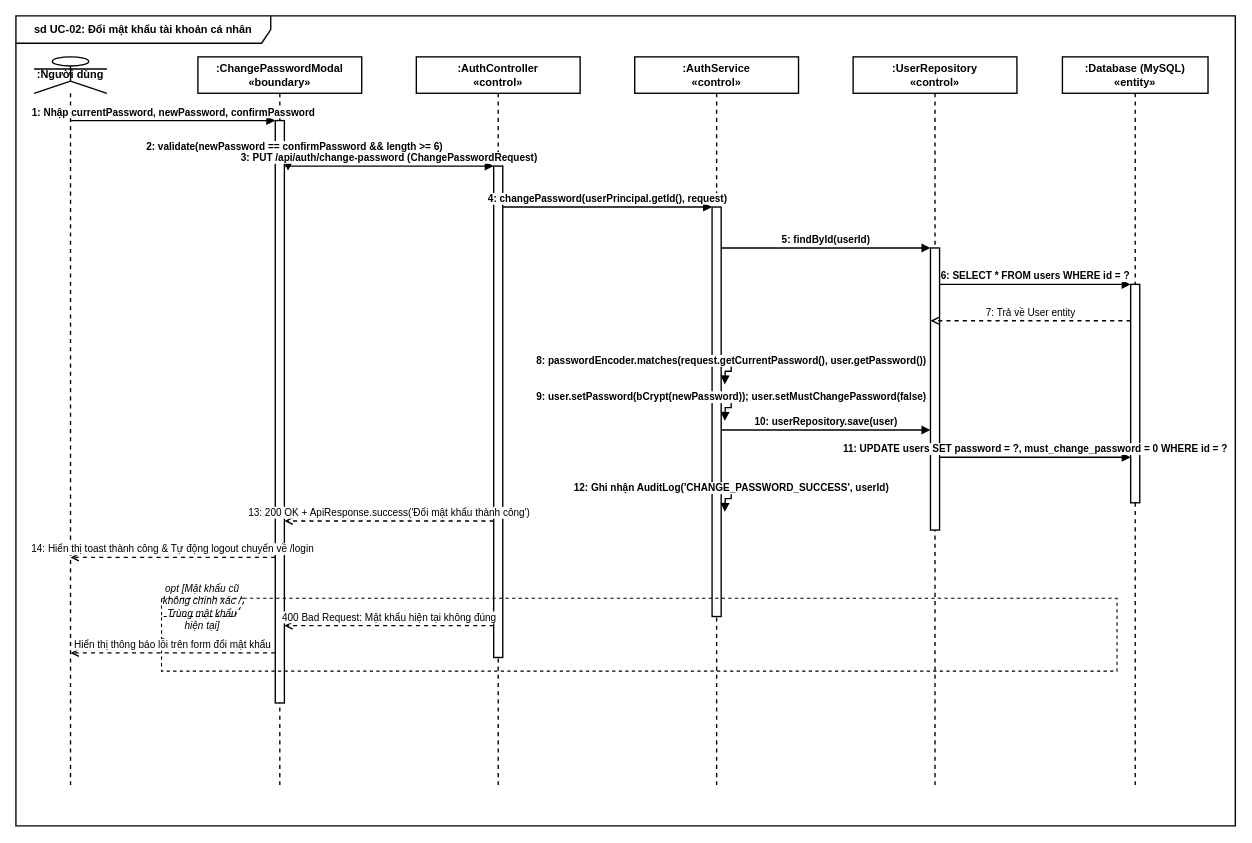
Earlier version of the draw.io diagram page "2. Đổi mật khẩu" (2 of 23) of drawio/Sequence_Diagrams.drawio (DevMarkie/DoAnChuyenNganh). Source tidied: cells renumbered, new cells numbered last; positions are measured from the earlier drawing's top-left corner, leaving out a move shared by most shapes. Both pictures are drawn from the tidied source at 91%, with x=0, y=0 at pixel (15, 15).
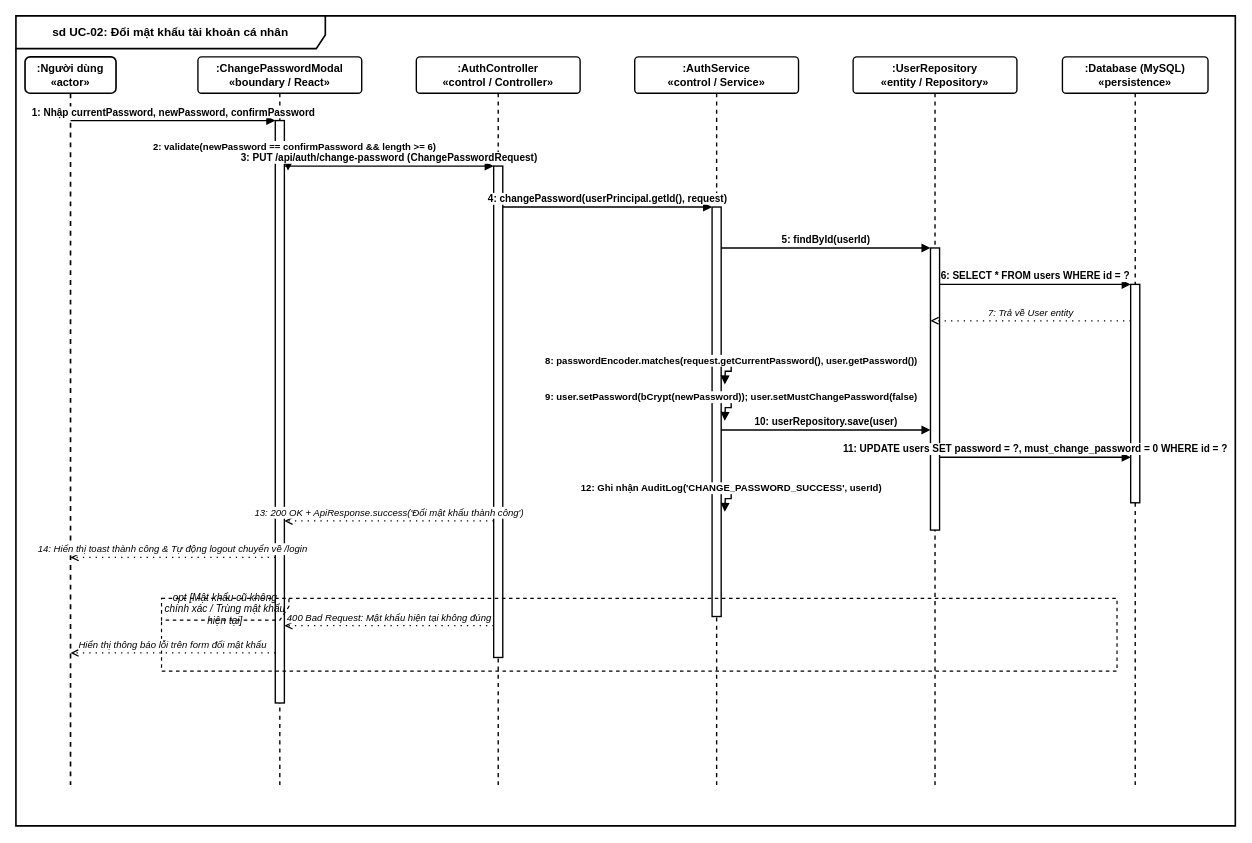
The same page after the edit.

Change to the diagram source:
```diff
@@
-    <mxCell id="2" value="sd UC-02: Đổi mật khẩu tài khoản cá nhân" style="shape=umlFrame;whiteSpace=wrap;html=1;width=280;height=30;strokeColor=#000000;strokeWidth=1.5;fillColor=none;fontColor=#000000;fontStyle=1;fontSize=12;" parent="1" vertex="1">
+    <mxCell id="2" value="sd UC-02: Đổi mật khẩu tài khoản cá nhân" style="shape=umlFrame;whiteSpace=wrap;html=1;width=340;height=36;strokeColor=#000000;strokeWidth=1.8;fillColor=none;fontColor=#000000;fontStyle=1;fontSize=13;rounded=1;shadow=0;arcSize=6;" parent="1" vertex="1">
       <mxGeometry width="1340" height="890" as="geometry" />
     </mxCell>
-    <mxCell id="3" value=":Người dùng" style="shape=umlLifeline;participant=umlActor;perimeter=lifelinePerimeter;whiteSpace=wrap;html=1;strokeColor=#000000;strokeWidth=1.5;fillColor=#ffffff;fontColor=#000000;fontStyle=1;fontSize=12;" parent="1" vertex="1">
-      <mxGeometry x="20" y="45" width="80" height="800" as="geometry" />
+    <mxCell id="3" value=":Người dùng&#10;«actor»" style="shape=umlLifeline;perimeter=lifelinePerimeter;whiteSpace=wrap;html=1;strokeColor=#000000;strokeWidth=1.8;fillColor=#ffffff;fontColor=#000000;fontStyle=1;fontSize=12;rounded=1;arcSize=14;shadow=0;" parent="1" vertex="1">
+      <mxGeometry x="10" y="45" width="100" height="800" as="geometry" />
     </mxCell>
-    <mxCell id="4" value=":ChangePasswordModal&#10;«boundary»" style="shape=umlLifeline;perimeter=lifelinePerimeter;whiteSpace=wrap;html=1;strokeColor=#000000;strokeWidth=1.5;fillColor=#ffffff;fontColor=#000000;fontStyle=1;fontSize=12;" parent="1" vertex="1">
+    <mxCell id="4" value=":ChangePasswordModal&#10;«boundary / React»" style="shape=umlLifeline;perimeter=lifelinePerimeter;whiteSpace=wrap;html=1;strokeColor=#000000;strokeWidth=1.5;fillColor=#ffffff;fontColor=#000000;fontStyle=1;fontSize=12;rounded=1;arcSize=10;shadow=0;" parent="1" vertex="1">
       <mxGeometry x="200" y="45" width="180" height="800" as="geometry" />
     </mxCell>
-    <mxCell id="5" value=":AuthController&#10;«control»" style="shape=umlLifeline;perimeter=lifelinePerimeter;whiteSpace=wrap;html=1;strokeColor=#000000;strokeWidth=1.5;fillColor=#ffffff;fontColor=#000000;fontStyle=1;fontSize=12;" parent="1" vertex="1">
+    <mxCell id="5" value=":AuthController&#10;«control / Controller»" style="shape=umlLifeline;perimeter=lifelinePerimeter;whiteSpace=wrap;html=1;strokeColor=#000000;strokeWidth=1.5;fillColor=#ffffff;fontColor=#000000;fontStyle=1;fontSize=12;rounded=1;arcSize=10;shadow=0;" parent="1" vertex="1">
       <mxGeometry x="440" y="45" width="180" height="800" as="geometry" />
     </mxCell>
-    <mxCell id="6" value=":AuthService&#10;«control»" style="shape=umlLifeline;perimeter=lifelinePerimeter;whiteSpace=wrap;html=1;strokeColor=#000000;strokeWidth=1.5;fillColor=#ffffff;fontColor=#000000;fontStyle=1;fontSize=12;" parent="1" vertex="1">
+    <mxCell id="6" value=":AuthService&#10;«control / Service»" style="shape=umlLifeline;perimeter=lifelinePerimeter;whiteSpace=wrap;html=1;strokeColor=#000000;strokeWidth=1.5;fillColor=#ffffff;fontColor=#000000;fontStyle=1;fontSize=12;rounded=1;arcSize=10;shadow=0;" parent="1" vertex="1">
       <mxGeometry x="680" y="45" width="180" height="800" as="geometry" />
     </mxCell>
-    <mxCell id="7" value=":UserRepository&#10;«control»" style="shape=umlLifeline;perimeter=lifelinePerimeter;whiteSpace=wrap;html=1;strokeColor=#000000;strokeWidth=1.5;fillColor=#ffffff;fontColor=#000000;fontStyle=1;fontSize=12;" parent="1" vertex="1">
+    <mxCell id="7" value=":UserRepository&#10;«entity / Repository»" style="shape=umlLifeline;perimeter=lifelinePerimeter;whiteSpace=wrap;html=1;strokeColor=#000000;strokeWidth=1.5;fillColor=#ffffff;fontColor=#000000;fontStyle=1;fontSize=12;rounded=1;arcSize=10;shadow=0;" parent="1" vertex="1">
       <mxGeometry x="920" y="45" width="180" height="800" as="geometry" />
     </mxCell>
-    <mxCell id="8" value=":Database (MySQL)&#10;«entity»" style="shape=umlLifeline;perimeter=lifelinePerimeter;whiteSpace=wrap;html=1;strokeColor=#000000;strokeWidth=1.5;fillColor=#ffffff;fontColor=#000000;fontStyle=1;fontSize=12;" parent="1" vertex="1">
+    <mxCell id="8" value=":Database (MySQL)&#10;«persistence»" style="shape=umlLifeline;perimeter=lifelinePerimeter;whiteSpace=wrap;html=1;strokeColor=#000000;strokeWidth=1.5;fillColor=#ffffff;fontColor=#000000;fontStyle=1;fontSize=12;rounded=1;arcSize=10;shadow=0;" parent="1" vertex="1">
       <mxGeometry x="1150" y="45" width="160" height="800" as="geometry" />
     </mxCell>
-    <mxCell id="9" style="html=1;perimeter=orthogonalPerimeter;strokeColor=#000000;strokeWidth=1.5;fillColor=#ffffff;" parent="1" vertex="1">
+    <mxCell id="9" style="html=1;perimeter=orthogonalPerimeter;strokeColor=#000000;strokeWidth=1.5;fillColor=#ffffff;shadow=0;" parent="1" vertex="1">
       <mxGeometry x="285" y="115" width="10" height="640" as="geometry" />
     </mxCell>
-    <mxCell id="10" style="html=1;perimeter=orthogonalPerimeter;strokeColor=#000000;strokeWidth=1.5;fillColor=#ffffff;" parent="1" vertex="1">
+    <mxCell id="10" style="html=1;perimeter=orthogonalPerimeter;strokeColor=#000000;strokeWidth=1.5;fillColor=#ffffff;shadow=0;" parent="1" vertex="1">
       <mxGeometry x="525" y="165" width="10" height="540" as="geometry" />
     </mxCell>
-    <mxCell id="11" style="html=1;perimeter=orthogonalPerimeter;strokeColor=#000000;strokeWidth=1.5;fillColor=#ffffff;" parent="1" vertex="1">
+    <mxCell id="11" style="html=1;perimeter=orthogonalPerimeter;strokeColor=#000000;strokeWidth=1.5;fillColor=#ffffff;shadow=0;" parent="1" vertex="1">
       <mxGeometry x="765" y="210" width="10" height="450" as="geometry" />
     </mxCell>
-    <mxCell id="12" style="html=1;perimeter=orthogonalPerimeter;strokeColor=#000000;strokeWidth=1.5;fillColor=#ffffff;" parent="1" vertex="1">
+    <mxCell id="12" style="html=1;perimeter=orthogonalPerimeter;strokeColor=#000000;strokeWidth=1.5;fillColor=#ffffff;shadow=0;" parent="1" vertex="1">
       <mxGeometry x="1005" y="255" width="10" height="310" as="geometry" />
     </mxCell>
-    <mxCell id="13" style="html=1;perimeter=orthogonalPerimeter;strokeColor=#000000;strokeWidth=1.5;fillColor=#ffffff;" parent="1" vertex="1">
+    <mxCell id="13" style="html=1;perimeter=orthogonalPerimeter;strokeColor=#000000;strokeWidth=1.5;fillColor=#ffffff;shadow=0;" parent="1" vertex="1">
       <mxGeometry x="1225" y="295" width="10" height="240" as="geometry" />
     </mxCell>
-    <mxCell id="14" value="1: Nhập currentPassword, newPassword, confirmPassword" style="html=1;verticalAlign=bottom;endArrow=block;strokeColor=#000000;strokeWidth=1.5;labelBackgroundColor=#ffffff;labelBorderColor=none;fillColor=none;fontColor=#000000;fontSize=11;fontStyle=1;" parent="1" edge="1">
+    <mxCell id="14" value="1: Nhập currentPassword, newPassword, confirmPassword" style="html=1;verticalAlign=bottom;endArrow=block;endFill=1;strokeColor=#000000;strokeWidth=1.5;labelBackgroundColor=#ffffff;labelBorderColor=none;fillColor=none;fontColor=#000000;fontSize=11;fontStyle=1;rounded=0;" parent="1" edge="1">
       <mxGeometry relative="1" as="geometry">
         <mxPoint x="60" y="115" as="sourcePoint" />
         <mxPoint x="285" y="115" as="targetPoint" />
       </mxGeometry>
     </mxCell>
-    <mxCell id="15" value="2: validate(newPassword == confirmPassword &amp;&amp; length &gt;= 6)" style="html=1;verticalAlign=bottom;endArrow=block;strokeColor=#000000;strokeWidth=1.5;labelBackgroundColor=#ffffff;labelBorderColor=none;fillColor=none;fontColor=#000000;fontSize=11;fontStyle=1;edgeStyle=orthogonalEdgeStyle;curved=0;rounded=0;" parent="1" edge="1">
+    <mxCell id="15" value="2: validate(newPassword == confirmPassword &amp;&amp; length &gt;= 6)" style="html=1;verticalAlign=bottom;endArrow=block;endFill=1;strokeColor=#000000;strokeWidth=1.5;labelBackgroundColor=#ffffff;labelBorderColor=none;fillColor=none;fontColor=#000000;fontSize=10.5;fontStyle=1;edgeStyle=orthogonalEdgeStyle;curved=0;rounded=0;" parent="1" edge="1">
       <mxGeometry relative="1" as="geometry">
         <mxPoint x="295" y="140" as="sourcePoint" />
         <mxPoint x="299" y="170" as="targetPoint" />
       </mxGeometry>
     </mxCell>
-    <mxCell id="16" value="3: PUT /api/auth/change-password (ChangePasswordRequest)" style="html=1;verticalAlign=bottom;endArrow=block;strokeColor=#000000;strokeWidth=1.5;labelBackgroundColor=#ffffff;labelBorderColor=none;fillColor=none;fontColor=#000000;fontSize=11;fontStyle=1;" parent="1" edge="1">
+    <mxCell id="16" value="3: PUT /api/auth/change-password (ChangePasswordRequest)" style="html=1;verticalAlign=bottom;endArrow=block;endFill=1;strokeColor=#000000;strokeWidth=1.5;labelBackgroundColor=#ffffff;labelBorderColor=none;fillColor=none;fontColor=#000000;fontSize=11;fontStyle=1;rounded=0;" parent="1" edge="1">
       <mxGeometry relative="1" as="geometry">
         <mxPoint x="295" y="165" as="sourcePoint" />
         <mxPoint x="525" y="165" as="targetPoint" />
       </mxGeometry>
     </mxCell>
-    <mxCell id="17" value="4: changePassword(userPrincipal.getId(), request)" style="html=1;verticalAlign=bottom;endArrow=block;strokeColor=#000000;strokeWidth=1.5;labelBackgroundColor=#ffffff;labelBorderColor=none;fillColor=none;fontColor=#000000;fontSize=11;fontStyle=1;" parent="1" edge="1">
+    <mxCell id="17" value="4: changePassword(userPrincipal.getId(), request)" style="html=1;verticalAlign=bottom;endArrow=block;endFill=1;strokeColor=#000000;strokeWidth=1.5;labelBackgroundColor=#ffffff;labelBorderColor=none;fillColor=none;fontColor=#000000;fontSize=11;fontStyle=1;rounded=0;" parent="1" edge="1">
       <mxGeometry relative="1" as="geometry">
         <mxPoint x="535" y="210" as="sourcePoint" />
         <mxPoint x="765" y="210" as="targetPoint" />
       </mxGeometry>
     </mxCell>
-    <mxCell id="18" value="5: findById(userId)" style="html=1;verticalAlign=bottom;endArrow=block;strokeColor=#000000;strokeWidth=1.5;labelBackgroundColor=#ffffff;labelBorderColor=none;fillColor=none;fontColor=#000000;fontSize=11;fontStyle=1;" parent="1" edge="1">
+    <mxCell id="18" value="5: findById(userId)" style="html=1;verticalAlign=bottom;endArrow=block;endFill=1;strokeColor=#000000;strokeWidth=1.5;labelBackgroundColor=#ffffff;labelBorderColor=none;fillColor=none;fontColor=#000000;fontSize=11;fontStyle=1;rounded=0;" parent="1" edge="1">
       <mxGeometry relative="1" as="geometry">
         <mxPoint x="775" y="255" as="sourcePoint" />
         <mxPoint x="1005" y="255" as="targetPoint" />
       </mxGeometry>
     </mxCell>
-    <mxCell id="19" value="6: SELECT * FROM users WHERE id = ?" style="html=1;verticalAlign=bottom;endArrow=block;strokeColor=#000000;strokeWidth=1.5;labelBackgroundColor=#ffffff;labelBorderColor=none;fillColor=none;fontColor=#000000;fontSize=11;fontStyle=1;" parent="1" edge="1">
+    <mxCell id="19" value="6: SELECT * FROM users WHERE id = ?" style="html=1;verticalAlign=bottom;endArrow=block;endFill=1;strokeColor=#000000;strokeWidth=1.5;labelBackgroundColor=#ffffff;labelBorderColor=none;fillColor=none;fontColor=#000000;fontSize=11;fontStyle=1;rounded=0;" parent="1" edge="1">
       <mxGeometry relative="1" as="geometry">
         <mxPoint x="1015" y="295" as="sourcePoint" />
         <mxPoint x="1225" y="295" as="targetPoint" />
       </mxGeometry>
     </mxCell>
-    <mxCell id="20" value="7: Trả về User entity" style="html=1;verticalAlign=bottom;endArrow=open;dashed=1;strokeColor=#000000;strokeWidth=1.5;labelBackgroundColor=#ffffff;labelBorderColor=none;fillColor=none;fontColor=#000000;fontSize=11;fontStyle=0;" parent="1" edge="1">
+    <mxCell id="20" value="7: Trả về User entity" style="html=1;verticalAlign=bottom;endArrow=open;dashed=1;dashPattern=1 4;strokeColor=#000000;strokeWidth=1.4;labelBackgroundColor=#ffffff;labelBorderColor=none;fillColor=none;fontColor=#000000;fontSize=10.5;fontStyle=2;rounded=0;" parent="1" edge="1">
       <mxGeometry relative="1" as="geometry">
         <mxPoint x="1225" y="335" as="sourcePoint" />
         <mxPoint x="1005" y="335" as="targetPoint" />
       </mxGeometry>
     </mxCell>
-    <mxCell id="21" value="8: passwordEncoder.matches(request.getCurrentPassword(), user.getPassword())" style="html=1;verticalAlign=bottom;endArrow=block;strokeColor=#000000;strokeWidth=1.5;labelBackgroundColor=#ffffff;labelBorderColor=none;fillColor=none;fontColor=#000000;fontSize=11;fontStyle=1;edgeStyle=orthogonalEdgeStyle;curved=0;rounded=0;" parent="1" edge="1">
+    <mxCell id="21" value="8: passwordEncoder.matches(request.getCurrentPassword(), user.getPassword())" style="html=1;verticalAlign=bottom;endArrow=block;endFill=1;strokeColor=#000000;strokeWidth=1.5;labelBackgroundColor=#ffffff;labelBorderColor=none;fillColor=none;fontColor=#000000;fontSize=10.5;fontStyle=1;edgeStyle=orthogonalEdgeStyle;curved=0;rounded=0;" parent="1" edge="1">
       <mxGeometry relative="1" as="geometry">
         <mxPoint x="775" y="375" as="sourcePoint" />
         <mxPoint x="779" y="405" as="targetPoint" />
       </mxGeometry>
     </mxCell>
-    <mxCell id="22" value="9: user.setPassword(bCrypt(newPassword)); user.setMustChangePassword(false)" style="html=1;verticalAlign=bottom;endArrow=block;strokeColor=#000000;strokeWidth=1.5;labelBackgroundColor=#ffffff;labelBorderColor=none;fillColor=none;fontColor=#000000;fontSize=11;fontStyle=1;edgeStyle=orthogonalEdgeStyle;curved=0;rounded=0;" parent="1" edge="1">
+    <mxCell id="22" value="9: user.setPassword(bCrypt(newPassword)); user.setMustChangePassword(false)" style="html=1;verticalAlign=bottom;endArrow=block;endFill=1;strokeColor=#000000;strokeWidth=1.5;labelBackgroundColor=#ffffff;labelBorderColor=none;fillColor=none;fontColor=#000000;fontSize=10.5;fontStyle=1;edgeStyle=orthogonalEdgeStyle;curved=0;rounded=0;" parent="1" edge="1">
       <mxGeometry relative="1" as="geometry">
         <mxPoint x="775" y="415" as="sourcePoint" />
         <mxPoint x="779" y="445" as="targetPoint" />
       </mxGeometry>
     </mxCell>
-    <mxCell id="23" value="10: userRepository.save(user)" style="html=1;verticalAlign=bottom;endArrow=block;strokeColor=#000000;strokeWidth=1.5;labelBackgroundColor=#ffffff;labelBorderColor=none;fillColor=none;fontColor=#000000;fontSize=11;fontStyle=1;" parent="1" edge="1">
+    <mxCell id="23" value="10: userRepository.save(user)" style="html=1;verticalAlign=bottom;endArrow=block;endFill=1;strokeColor=#000000;strokeWidth=1.5;labelBackgroundColor=#ffffff;labelBorderColor=none;fillColor=none;fontColor=#000000;fontSize=11;fontStyle=1;rounded=0;" parent="1" edge="1">
       <mxGeometry relative="1" as="geometry">
         <mxPoint x="775" y="455" as="sourcePoint" />
         <mxPoint x="1005" y="455" as="targetPoint" />
       </mxGeometry>
     </mxCell>
-    <mxCell id="24" value="11: UPDATE users SET password = ?, must_change_password = 0 WHERE id = ?" style="html=1;verticalAlign=bottom;endArrow=block;strokeColor=#000000;strokeWidth=1.5;labelBackgroundColor=#ffffff;labelBorderColor=none;fillColor=none;fontColor=#000000;fontSize=11;fontStyle=1;" parent="1" edge="1">
+    <mxCell id="24" value="11: UPDATE users SET password = ?, must_change_password = 0 WHERE id = ?" style="html=1;verticalAlign=bottom;endArrow=block;endFill=1;strokeColor=#000000;strokeWidth=1.5;labelBackgroundColor=#ffffff;labelBorderColor=none;fillColor=none;fontColor=#000000;fontSize=11;fontStyle=1;rounded=0;" parent="1" edge="1">
       <mxGeometry relative="1" as="geometry">
         <mxPoint x="1015" y="485" as="sourcePoint" />
         <mxPoint x="1225" y="485" as="targetPoint" />
       </mxGeometry>
     </mxCell>
-    <mxCell id="25" value="12: Ghi nhận AuditLog('CHANGE_PASSWORD_SUCCESS', userId)" style="html=1;verticalAlign=bottom;endArrow=block;strokeColor=#000000;strokeWidth=1.5;labelBackgroundColor=#ffffff;labelBorderColor=none;fillColor=none;fontColor=#000000;fontSize=11;fontStyle=1;edgeStyle=orthogonalEdgeStyle;curved=0;rounded=0;" parent="1" edge="1">
+    <mxCell id="25" value="12: Ghi nhận AuditLog('CHANGE_PASSWORD_SUCCESS', userId)" style="html=1;verticalAlign=bottom;endArrow=block;endFill=1;strokeColor=#000000;strokeWidth=1.5;labelBackgroundColor=#ffffff;labelBorderColor=none;fillColor=none;fontColor=#000000;fontSize=10.5;fontStyle=1;edgeStyle=orthogonalEdgeStyle;curved=0;rounded=0;" parent="1" edge="1">
       <mxGeometry relative="1" as="geometry">
         <mxPoint x="775" y="515" as="sourcePoint" />
         <mxPoint x="779" y="545" as="targetPoint" />
       </mxGeometry>
     </mxCell>
-    <mxCell id="26" value="13: 200 OK + ApiResponse.success('Đổi mật khẩu thành công')" style="html=1;verticalAlign=bottom;endArrow=open;dashed=1;strokeColor=#000000;strokeWidth=1.5;labelBackgroundColor=#ffffff;labelBorderColor=none;fillColor=none;fontColor=#000000;fontSize=11;fontStyle=0;" parent="1" edge="1">
+    <mxCell id="26" value="13: 200 OK + ApiResponse.success('Đổi mật khẩu thành công')" style="html=1;verticalAlign=bottom;endArrow=open;dashed=1;dashPattern=1 4;strokeColor=#000000;strokeWidth=1.4;labelBackgroundColor=#ffffff;labelBorderColor=none;fillColor=none;fontColor=#000000;fontSize=10.5;fontStyle=2;rounded=0;" parent="1" edge="1">
       <mxGeometry relative="1" as="geometry">
         <mxPoint x="525" y="555" as="sourcePoint" />
         <mxPoint x="295" y="555" as="targetPoint" />
       </mxGeometry>
     </mxCell>
-    <mxCell id="27" value="14: Hiển thị toast thành công &amp; Tự động logout chuyển về /login" style="html=1;verticalAlign=bottom;endArrow=open;dashed=1;strokeColor=#000000;strokeWidth=1.5;labelBackgroundColor=#ffffff;labelBorderColor=none;fillColor=none;fontColor=#000000;fontSize=11;fontStyle=0;" parent="1" edge="1">
+    <mxCell id="27" value="14: Hiển thị toast thành công &amp; Tự động logout chuyển về /login" style="html=1;verticalAlign=bottom;endArrow=open;dashed=1;dashPattern=1 4;strokeColor=#000000;strokeWidth=1.4;labelBackgroundColor=#ffffff;labelBorderColor=none;fillColor=none;fontColor=#000000;fontSize=10.5;fontStyle=2;rounded=0;" parent="1" edge="1">
       <mxGeometry relative="1" as="geometry">
         <mxPoint x="285" y="595" as="sourcePoint" />
         <mxPoint x="60" y="595" as="targetPoint" />
       </mxGeometry>
     </mxCell>
-    <mxCell id="28" value="opt [Mật khẩu cũ không chính xác / Trùng mật khẩu hiện tại]" style="shape=umlFrame;whiteSpace=wrap;html=1;width=90;height=20;strokeColor=#000000;strokeWidth=1.2;fillColor=none;fontColor=#000000;fontStyle=2;fontSize=11;dashed=1;" parent="1" vertex="1">
+    <mxCell id="28" value="opt [Mật khẩu cũ không chính xác / Trùng mật khẩu hiện tại]" style="shape=umlFrame;whiteSpace=wrap;html=1;width=140;height=24;strokeColor=#000000;strokeWidth=1.3;fillColor=none;fontColor=#000000;fontStyle=2;fontSize=11;dashed=1;rounded=1;arcSize=6;" parent="1" vertex="1">
       <mxGeometry x="160" y="640" width="1050" height="80" as="geometry" />
     </mxCell>
-    <mxCell id="29" value="400 Bad Request: Mật khẩu hiện tại không đúng" style="html=1;verticalAlign=bottom;endArrow=open;dashed=1;strokeColor=#000000;strokeWidth=1.5;labelBackgroundColor=#ffffff;labelBorderColor=none;fillColor=none;fontColor=#000000;fontSize=11;fontStyle=0;" parent="1" edge="1">
+    <mxCell id="29" value="400 Bad Request: Mật khẩu hiện tại không đúng" style="html=1;verticalAlign=bottom;endArrow=open;dashed=1;dashPattern=1 4;strokeColor=#000000;strokeWidth=1.4;labelBackgroundColor=#ffffff;labelBorderColor=none;fillColor=none;fontColor=#000000;fontSize=10.5;fontStyle=2;rounded=0;" parent="1" edge="1">
       <mxGeometry relative="1" as="geometry">
         <mxPoint x="525" y="670" as="sourcePoint" />
         <mxPoint x="295" y="670" as="targetPoint" />
       </mxGeometry>
     </mxCell>
-    <mxCell id="30" value="Hiển thị thông báo lỗi trên form đổi mật khẩu" style="html=1;verticalAlign=bottom;endArrow=open;dashed=1;strokeColor=#000000;strokeWidth=1.5;labelBackgroundColor=#ffffff;labelBorderColor=none;fillColor=none;fontColor=#000000;fontSize=11;fontStyle=0;" parent="1" edge="1">
+    <mxCell id="30" value="Hiển thị thông báo lỗi trên form đổi mật khẩu" style="html=1;verticalAlign=bottom;endArrow=open;dashed=1;dashPattern=1 4;strokeColor=#000000;strokeWidth=1.4;labelBackgroundColor=#ffffff;labelBorderColor=none;fillColor=none;fontColor=#000000;fontSize=10.5;fontStyle=2;rounded=0;" parent="1" edge="1">
       <mxGeometry relative="1" as="geometry">
         <mxPoint x="285" y="700" as="sourcePoint" />
         <mxPoint x="60" y="700" as="targetPoint" />
       </mxGeometry>
     </mxCell>
```
